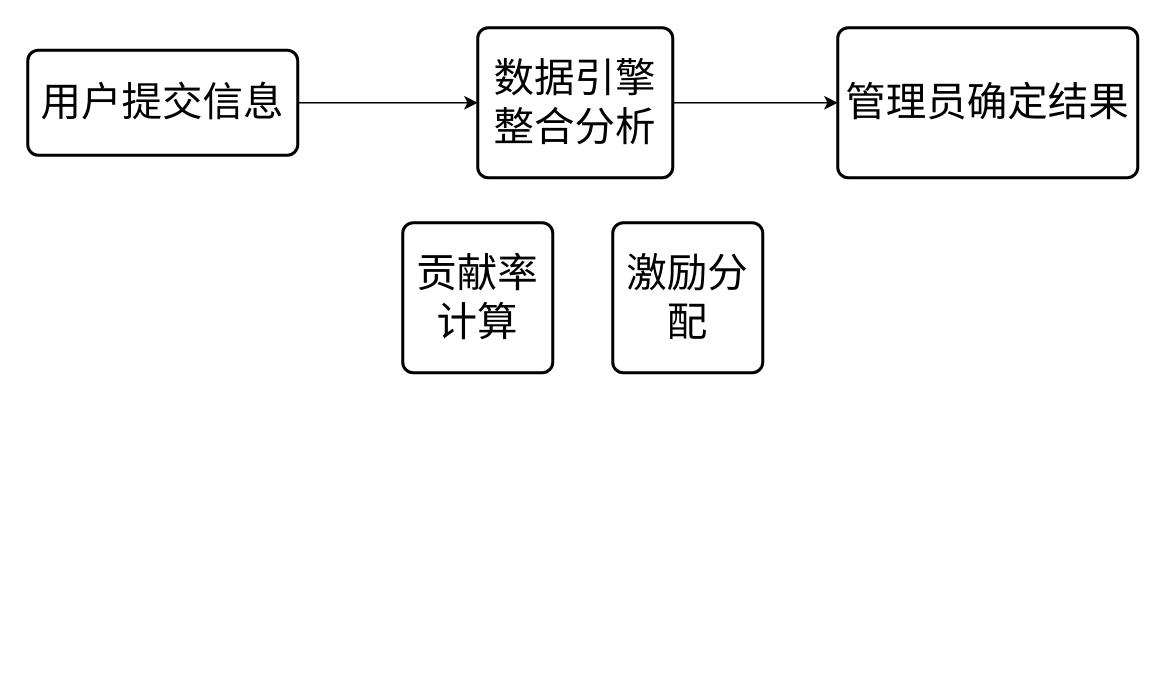
The draw.io diagram 激励机制.drawio in SSSSiren/Photos, before the edit. Source tidied: cells renumbered, new cells numbered last; positions are measured from the earlier drawing's top-left corner, leaving out a move shared by most shapes. Both pictures are drawn from the tidied source at 150%, with x=0, y=0 at pixel (27, 27).
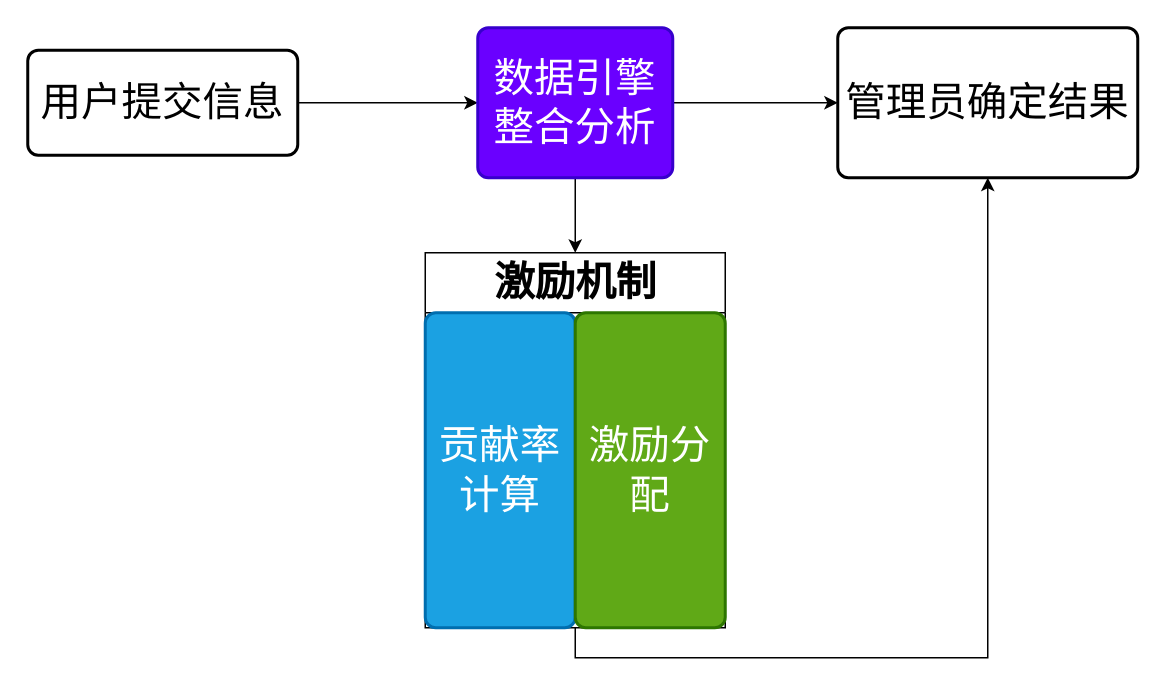
After the change.

Commit message (it also covers changes not shown here):
更新激励机制.drawio

The edit, as a diff of the source:
```diff
@@
 <mxGraphModel>
   <root>
     <mxCell id="0" />
     <mxCell id="1" parent="0" />
     <mxCell id="2" style="edgeStyle=orthogonalEdgeStyle;rounded=0;jettySize=auto;html=1;fontSize=27;" parent="1" edge="1" source="3" target="5">
       <mxGeometry relative="1" as="geometry" />
     </mxCell>
     <mxCell id="3" value="用户提交信息" style="rounded=1;whiteSpace=wrap;html=1;absoluteArcSize=1;arcSize=14;strokeWidth=2;fontSize=27;" parent="1" vertex="1">
       <mxGeometry y="15" width="180" height="70" as="geometry" />
     </mxCell>
     <mxCell id="4" style="edgeStyle=orthogonalEdgeStyle;rounded=0;jettySize=auto;html=1;fontSize=27;" parent="1" edge="1" source="5" target="8">
       <mxGeometry relative="1" as="geometry" />
     </mxCell>
+    <mxCell id="9" style="edgeStyle=orthogonalEdgeStyle;rounded=0;jettySize=auto;html=1;entryX=0.5;entryY=0;entryDx=0;entryDy=0;" parent="1" edge="1" source="5" target="11">
+      <mxGeometry relative="1" as="geometry" />
+    </mxCell>
-    <mxCell id="5" value="数据引擎整合分析" style="rounded=1;whiteSpace=wrap;html=1;absoluteArcSize=1;arcSize=14;strokeWidth=2;fontSize=27;" parent="1" vertex="1">
+    <mxCell id="5" value="数据引擎整合分析" style="rounded=1;whiteSpace=wrap;html=1;absoluteArcSize=1;arcSize=14;strokeWidth=2;fontSize=27;fillColor=#6a00ff;strokeColor=#3700CC;fontColor=#ffffff;" parent="1" vertex="1">
       <mxGeometry x="300" width="130" height="100" as="geometry" />
     </mxCell>
+    <mxCell id="8" value="管理员确定结果" style="rounded=1;whiteSpace=wrap;html=1;absoluteArcSize=1;arcSize=14;strokeWidth=2;fontSize=27;" parent="1" vertex="1">
+      <mxGeometry x="540" width="200" height="100" as="geometry" />
+    </mxCell>
+    <mxCell id="10" style="edgeStyle=orthogonalEdgeStyle;rounded=0;jettySize=auto;html=1;exitX=0.5;exitY=1;exitDx=0;exitDy=0;entryX=0.5;entryY=1;entryDx=0;entryDy=0;" parent="1" edge="1" source="11" target="8">
+      <mxGeometry relative="1" as="geometry" />
+    </mxCell>
+    <mxCell id="11" value="激励机制" style="swimlane;startSize=40;html=1;fontSize=27;" parent="1" vertex="1">
+      <mxGeometry x="265" y="150" width="200" height="250" as="geometry" />
+    </mxCell>
-    <mxCell id="6" value="贡献率计算" style="rounded=1;whiteSpace=wrap;html=1;absoluteArcSize=1;arcSize=14;strokeWidth=2;fontSize=27;" parent="1" vertex="1">
-      <mxGeometry x="250" y="130" width="100" height="100" as="geometry" />
+    <mxCell id="6" value="贡献率计算" style="rounded=1;whiteSpace=wrap;html=1;absoluteArcSize=1;arcSize=14;strokeWidth=2;fontSize=27;fillColor=#1ba1e2;fontColor=#ffffff;strokeColor=#006EAF;" parent="11" vertex="1">
+      <mxGeometry y="40" width="100" height="210" as="geometry" />
     </mxCell>
-    <mxCell id="7" value="激励分配" style="rounded=1;whiteSpace=wrap;html=1;absoluteArcSize=1;arcSize=14;strokeWidth=2;fontSize=27;" parent="1" vertex="1">
-      <mxGeometry x="390" y="130" width="100" height="100" as="geometry" />
+    <mxCell id="7" value="激励分配" style="rounded=1;whiteSpace=wrap;html=1;absoluteArcSize=1;arcSize=14;strokeWidth=2;fontSize=27;fillColor=#60a917;fontColor=#ffffff;strokeColor=#2D7600;" parent="11" vertex="1">
+      <mxGeometry x="100" y="40" width="100" height="210" as="geometry" />
     </mxCell>
-    <mxCell id="8" value="管理员确定结果" style="rounded=1;whiteSpace=wrap;html=1;absoluteArcSize=1;arcSize=14;strokeWidth=2;fontSize=27;" parent="1" vertex="1">
-      <mxGeometry x="540" width="200" height="100" as="geometry" />
-    </mxCell>
   </root>
 </mxGraphModel>
```
